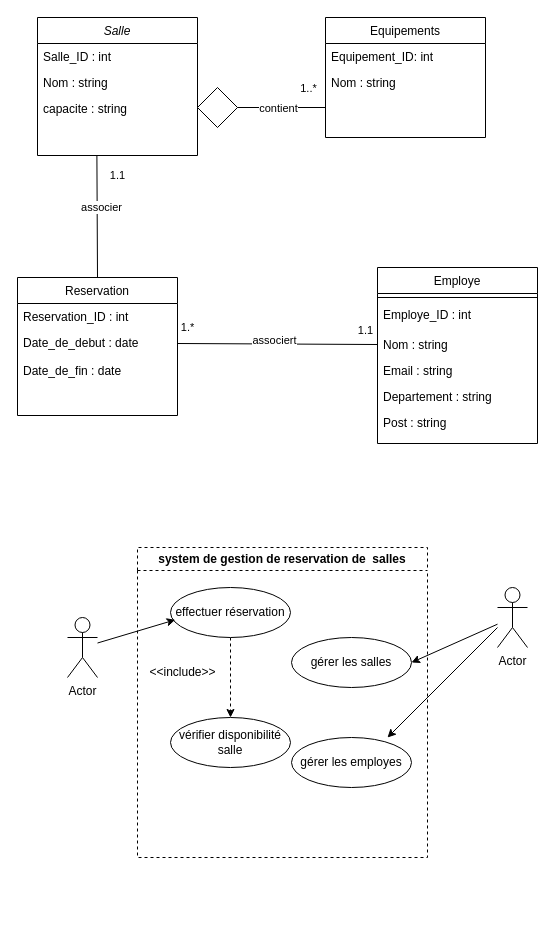
Earlier version of the draw.io diagram Diagramme sans nom.drawio (Fatiroot/Bookify). Source tidied: cells renumbered, new cells numbered last; positions are measured from the earlier drawing's top-left corner, leaving out a move shared by most shapes. Both pictures are drawn from the tidied source at 100%, with x=0, y=0 at pixel (17, 17).
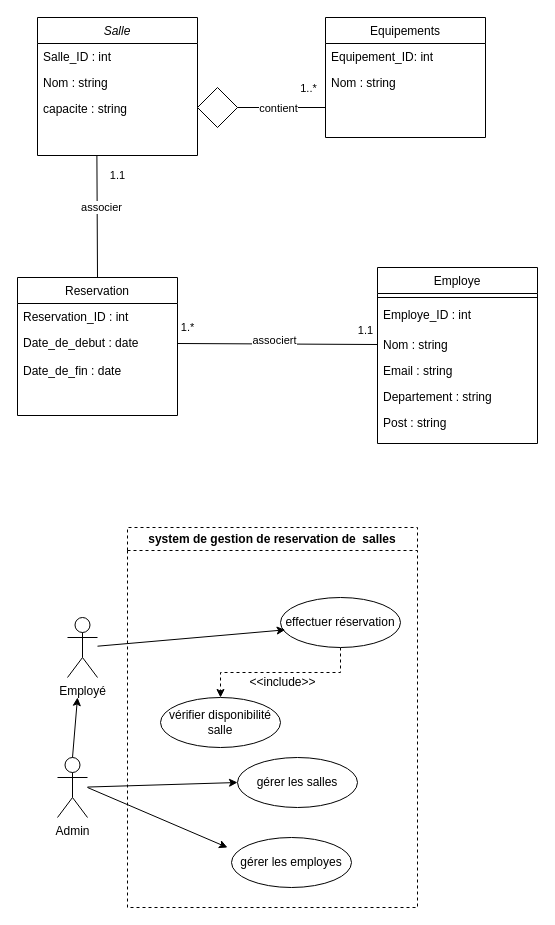
The same page after the edit.

Commit message:
Mettre à jour Diagramme de class et de cas d'utilisation

Change to the diagram source:
```diff
@@
     <mxCell id="31" value="system de gestion de reservation de&amp;nbsp; salles" style="swimlane;whiteSpace=wrap;html=1;dashed=1;" parent="1" vertex="1">
-      <mxGeometry x="120" y="530" width="290" height="310" as="geometry" />
+      <mxGeometry x="110" y="510" width="290" height="380" as="geometry" />
     </mxCell>
@@
     <mxCell id="33" value="effectuer réservation" style="ellipse;whiteSpace=wrap;html=1;" parent="31" vertex="1">
-      <mxGeometry x="33" y="40" width="120" height="50" as="geometry" />
+      <mxGeometry x="153" y="70" width="120" height="50" as="geometry" />
     </mxCell>
@@
     <mxCell id="35" value="gérer les salles" style="ellipse;whiteSpace=wrap;html=1;" parent="31" vertex="1">
-      <mxGeometry x="154" y="90" width="120" height="50" as="geometry" />
+      <mxGeometry x="110" y="230" width="120" height="50" as="geometry" />
     </mxCell>
     <mxCell id="36" value="gérer les employes" style="ellipse;whiteSpace=wrap;html=1;" parent="31" vertex="1">
-      <mxGeometry x="154" y="190" width="120" height="50" as="geometry" />
+      <mxGeometry x="104" y="310" width="120" height="50" as="geometry" />
     </mxCell>
     <mxCell id="37" value="&amp;lt;&amp;lt;include&amp;gt;&amp;gt;" style="text;html=1;align=center;verticalAlign=middle;strokeColor=none;fillColor=none;" parent="31" vertex="1">
-      <mxGeometry y="110" width="90" height="30" as="geometry" />
+      <mxGeometry x="110" y="140" width="90" height="30" as="geometry" />
     </mxCell>
-    <mxCell id="38" value="Actor" style="shape=umlActor;verticalLabelPosition=bottom;verticalAlign=top;html=1;outlineConnect=0;" parent="1" vertex="1">
+    <mxCell id="38" value="Employé" style="shape=umlActor;verticalLabelPosition=bottom;verticalAlign=top;html=1;outlineConnect=0;" parent="1" vertex="1">
       <mxGeometry x="50" y="600" width="30" height="60" as="geometry" />
     </mxCell>
-    <mxCell id="39" value="Actor" style="shape=umlActor;verticalLabelPosition=bottom;verticalAlign=top;html=1;outlineConnect=0;" parent="1" vertex="1">
-      <mxGeometry x="480" y="570" width="30" height="60" as="geometry" />
+    <mxCell id="39" value="Admin" style="shape=umlActor;verticalLabelPosition=bottom;verticalAlign=top;html=1;outlineConnect=0;" parent="1" vertex="1">
+      <mxGeometry x="40" y="740" width="30" height="60" as="geometry" />
     </mxCell>
-    <mxCell id="40" style="endArrow=classic;html=1;rounded=0;entryX=1;entryY=0.5;entryDx=0;entryDy=0;" parent="1" edge="1" source="39" target="35">
+    <mxCell id="40" style="endArrow=classic;html=1;rounded=0;entryX=0;entryY=0.5;entryDx=0;entryDy=0;" parent="1" edge="1" source="39" target="35">
       <mxGeometry relative="1" as="geometry" />
     </mxCell>
@@
-    <mxCell id="42" style="endArrow=classic;html=1;rounded=0;entryX=0.8;entryY=0;entryDx=0;entryDy=0;entryPerimeter=0;" parent="1" edge="1" target="36">
+    <mxCell id="42" style="endArrow=classic;html=1;rounded=0;" parent="1" edge="1">
       <mxGeometry relative="1" as="geometry">
-        <mxPoint x="480" y="610" as="sourcePoint" />
+        <mxPoint x="70" y="770" as="sourcePoint" />
+        <mxPoint x="210" y="830" as="targetPoint" />
       </mxGeometry>
     </mxCell>
+    <mxCell id="43" style="endArrow=classic;html=1;rounded=0;exitX=0.5;exitY=0;exitDx=0;exitDy=0;exitPerimeter=0;" parent="1" edge="1" source="39">
+      <mxGeometry relative="1" as="geometry">
+        <mxPoint x="60" y="680" as="targetPoint" />
+      </mxGeometry>
+    </mxCell>
```
